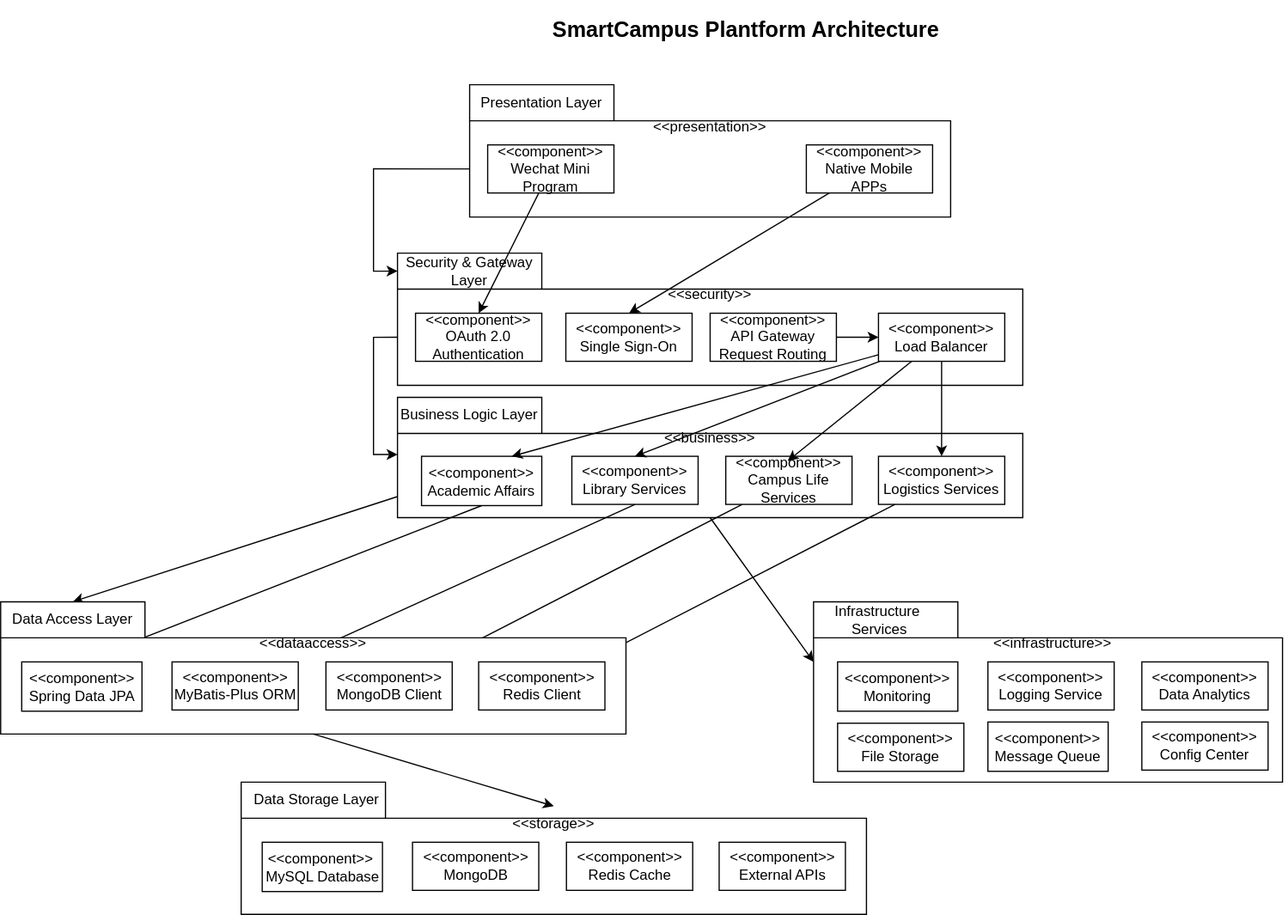
Before: Assignment2/diagrams/architecture_uml.svg, a diagram exported from draw.io (qianlinnian/se_sad_project). Source tidied: cells renumbered, new cells last; positions are measured from the earlier drawing's top-left corner, leaving out a move shared by most shapes.
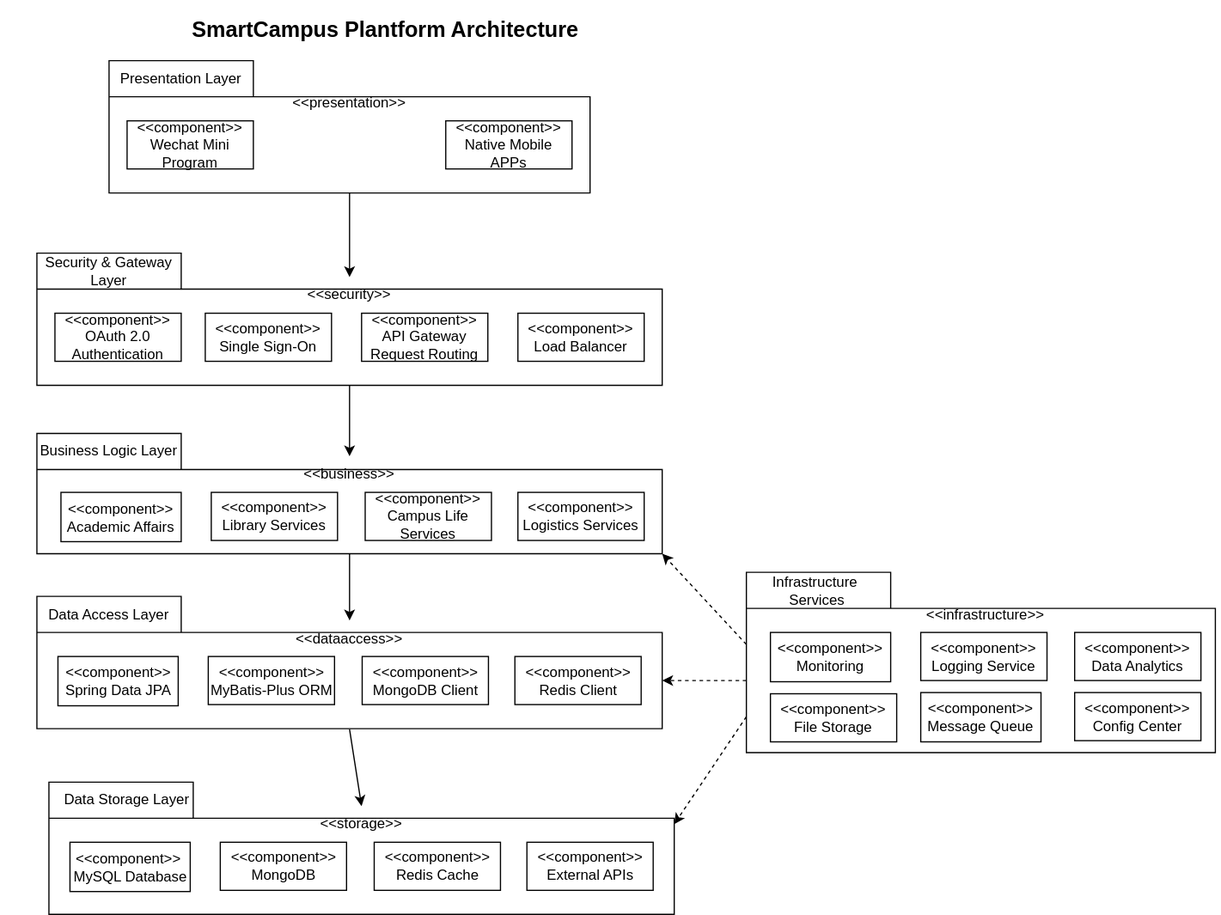
After the commit.

What changed in the source:
```diff
@@ -3,13 +3,13 @@
     <mxCell id="0" />
     <mxCell id="1" parent="0" />
     <mxCell id="2" style="shape=folder;fontStyle=1;spacingTop=10;tabWidth=120;tabHeight=30;tabPosition=left;html=1;whiteSpace=wrap;" parent="1" vertex="1">
-      <mxGeometry x="330" y="330" width="520" height="100" as="geometry" />
+      <mxGeometry x="330" y="360" width="520" height="100" as="geometry" />
     </mxCell>
     <mxCell id="3" value="&lt;font style=&quot;font-size: 18px;&quot;&gt;&lt;b&gt;SmartCampus Plantform Architecture&lt;/b&gt;&lt;/font&gt;" style="text;html=1;whiteSpace=wrap;strokeColor=none;fillColor=none;align=center;verticalAlign=middle;rounded=0;" parent="1" vertex="1">
       <mxGeometry x="440" width="360" height="50" as="geometry" />
     </mxCell>
     <mxCell id="4" style="group;" parent="1" vertex="1">
-      <mxGeometry x="390" y="70" width="400" height="110" as="geometry" />
+      <mxGeometry x="390" y="50" width="400" height="110" as="geometry" />
     </mxCell>
     <mxCell id="5" style="shape=folder;fontStyle=1;spacingTop=10;tabWidth=120;tabHeight=30;tabPosition=left;html=1;whiteSpace=wrap;" parent="4" vertex="1">
       <mxGeometry width="400" height="110" as="geometry" />
@@ -44,17 +44,14 @@
     <mxCell id="15" value="&amp;lt;&amp;lt;component&amp;gt;&amp;gt;&lt;div&gt;Single Sign-On&lt;/div&gt;" style="rounded=0;whiteSpace=wrap;html=1;" parent="10" vertex="1">
       <mxGeometry x="140" y="50" width="105" height="40" as="geometry" />
     </mxCell>
-    <mxCell id="16" style="edgeStyle=orthogonalEdgeStyle;rounded=0;jettySize=auto;html=1;exitX=1;exitY=0.5;exitDx=0;exitDy=0;entryX=0;entryY=0.5;entryDx=0;entryDy=0;" parent="10" edge="1" source="17" target="18">
-      <mxGeometry relative="1" as="geometry" />
-    </mxCell>
     <mxCell id="17" value="&amp;lt;&amp;lt;component&amp;gt;&amp;gt;&lt;div&gt;API Gateway Request Routing&lt;/div&gt;" style="rounded=0;whiteSpace=wrap;html=1;" parent="10" vertex="1">
-      <mxGeometry x="260" y="50" width="105" height="40" as="geometry" />
+      <mxGeometry x="270" y="50" width="105" height="40" as="geometry" />
     </mxCell>
     <mxCell id="18" value="&amp;lt;&amp;lt;component&amp;gt;&amp;gt; Load Balancer" style="rounded=0;whiteSpace=wrap;html=1;" parent="10" vertex="1">
       <mxGeometry x="400" y="50" width="105" height="40" as="geometry" />
     </mxCell>
     <mxCell id="19" style="group;" parent="1" vertex="1">
-      <mxGeometry x="330" y="330" width="600" height="110" as="geometry" />
+      <mxGeometry x="330" y="360" width="600" height="110" as="geometry" />
     </mxCell>
     <mxCell id="20" value="Business Logic Layer" style="text;html=1;whiteSpace=wrap;strokeColor=none;fillColor=none;align=center;verticalAlign=middle;rounded=0;" parent="19" vertex="1">
       <mxGeometry x="-30" width="180" height="30" as="geometry" />
@@ -66,13 +63,13 @@
       <mxGeometry x="400" y="49" width="105" height="40" as="geometry" />
     </mxCell>
     <mxCell id="23" style="group;" parent="1" vertex="1">
-      <mxGeometry x="200" y="650" width="520" height="110" as="geometry" />
+      <mxGeometry x="340" y="650" width="520" height="110" as="geometry" />
     </mxCell>
     <mxCell id="24" style="shape=folder;fontStyle=1;spacingTop=10;tabWidth=120;tabHeight=30;tabPosition=left;html=1;whiteSpace=wrap;" parent="23" vertex="1">
       <mxGeometry width="520" height="110" as="geometry" />
     </mxCell>
     <mxCell id="25" value="Data Storage Layer" style="text;html=1;whiteSpace=wrap;strokeColor=none;fillColor=none;align=center;verticalAlign=middle;rounded=0;" parent="23" vertex="1">
-      <mxGeometry x="-30" width="186" height="30" as="geometry" />
+      <mxGeometry x="10" width="110" height="30" as="geometry" />
     </mxCell>
     <mxCell id="26" value="&amp;lt;&amp;lt;storage&amp;gt;&amp;gt;" style="text;html=1;whiteSpace=wrap;strokeColor=none;fillColor=none;align=center;verticalAlign=middle;rounded=0;" parent="23" vertex="1">
       <mxGeometry y="20" width="520" height="30" as="geometry" />
@@ -89,59 +86,26 @@
     <mxCell id="30" value="&amp;lt;&amp;lt;component&amp;gt;&amp;gt;&amp;nbsp; MySQL Database" style="rounded=0;whiteSpace=wrap;html=1;" parent="23" vertex="1">
       <mxGeometry x="17.5" y="50" width="100" height="41" as="geometry" />
     </mxCell>
-    <mxCell id="31" style="rounded=0;jettySize=auto;html=1;" parent="1" edge="1" source="32" target="53">
-      <mxGeometry relative="1" as="geometry" />
-    </mxCell>
     <mxCell id="32" value="&amp;lt;&amp;lt;component&amp;gt;&amp;gt; Campus Life Services" style="rounded=0;whiteSpace=wrap;html=1;" parent="1" vertex="1">
-      <mxGeometry x="603" y="379" width="105" height="40" as="geometry" />
+      <mxGeometry x="603" y="409" width="105" height="40" as="geometry" />
     </mxCell>
-    <mxCell id="33" style="rounded=0;jettySize=auto;html=1;exitX=0.5;exitY=1;exitDx=0;exitDy=0;" parent="1" edge="1" source="34" target="54">
-      <mxGeometry relative="1" as="geometry" />
-    </mxCell>
     <mxCell id="34" value="&amp;lt;&amp;lt;component&amp;gt;&amp;gt;&lt;div&gt;Library Services&lt;/div&gt;" style="rounded=0;whiteSpace=wrap;html=1;" parent="1" vertex="1">
-      <mxGeometry x="475" y="379" width="105" height="40" as="geometry" />
+      <mxGeometry x="475" y="409" width="105" height="40" as="geometry" />
     </mxCell>
-    <mxCell id="35" style="rounded=0;jettySize=auto;html=1;exitX=0.5;exitY=1;exitDx=0;exitDy=0;entryX=0.5;entryY=0;entryDx=0;entryDy=0;" parent="1" edge="1" source="36" target="55">
-      <mxGeometry relative="1" as="geometry" />
-    </mxCell>
     <mxCell id="36" value="&amp;lt;&amp;lt;component&amp;gt;&amp;gt; Academic Affairs" style="rounded=0;whiteSpace=wrap;html=1;" parent="1" vertex="1">
-      <mxGeometry x="350" y="379" width="100" height="41" as="geometry" />
+      <mxGeometry x="350" y="409" width="100" height="41" as="geometry" />
     </mxCell>
-    <mxCell id="37" style="rounded=0;jettySize=auto;html=1;entryX=0.5;entryY=0;entryDx=0;entryDy=0;" parent="1" edge="1" source="8" target="14">
-      <mxGeometry relative="1" as="geometry" />
-    </mxCell>
-    <mxCell id="38" style="rounded=0;jettySize=auto;html=1;entryX=0.5;entryY=0;entryDx=0;entryDy=0;" parent="1" edge="1" source="9" target="15">
-      <mxGeometry relative="1" as="geometry" />
-    </mxCell>
-    <mxCell id="39" style="edgeStyle=orthogonalEdgeStyle;rounded=0;jettySize=auto;html=1;exitX=0;exitY=0;exitDx=0;exitDy=70;entryX=0;entryY=0.5;entryDx=0;entryDy=0;exitPerimeter=0;" parent="1" edge="1" source="5" target="12">
+    <mxCell id="39" style="rounded=0;jettySize=auto;html=1;exitX=0.5;exitY=1;exitDx=0;exitDy=0;exitPerimeter=0;entryX=0.5;entryY=0;entryDx=0;entryDy=0;edgeStyle=orthogonalEdgeStyle;" parent="1" edge="1" source="5" target="13">
       <mxGeometry relative="1" as="geometry" />
     </mxCell>
-    <mxCell id="40" style="edgeStyle=orthogonalEdgeStyle;rounded=0;jettySize=auto;html=1;entryX=0;entryY=0;entryDx=0;entryDy=47.5;entryPerimeter=0;exitX=0;exitY=0;exitDx=0;exitDy=70;exitPerimeter=0;" parent="1" edge="1" source="11" target="2">
+    <mxCell id="40" style="edgeStyle=orthogonalEdgeStyle;rounded=0;jettySize=auto;html=1;entryX=0.5;entryY=0;entryDx=0;entryDy=0;exitX=0.5;exitY=1;exitDx=0;exitDy=0;exitPerimeter=0;" parent="1" edge="1" source="11" target="21">
       <mxGeometry relative="1" as="geometry" />
     </mxCell>
-    <mxCell id="41" style="rounded=0;jettySize=auto;html=1;entryX=0.5;entryY=0;entryDx=0;entryDy=0;exitX=0;exitY=0;exitDx=0;exitDy=82.5;exitPerimeter=0;" parent="1" edge="1" source="2" target="50">
+    <mxCell id="41" style="rounded=0;jettySize=auto;html=1;entryX=0.5;entryY=0;entryDx=0;entryDy=0;exitX=0.5;exitY=1;exitDx=0;exitDy=0;exitPerimeter=0;edgeStyle=orthogonalEdgeStyle;" parent="1" edge="1" source="2" target="51">
       <mxGeometry relative="1" as="geometry" />
     </mxCell>
-    <mxCell id="42" style="rounded=0;jettySize=auto;html=1;entryX=0;entryY=0;entryDx=0;entryDy=50;entryPerimeter=0;exitX=0.5;exitY=1;exitDx=0;exitDy=0;exitPerimeter=0;" parent="1" edge="1" source="2" target="57">
-      <mxGeometry relative="1" as="geometry" />
-    </mxCell>
-    <mxCell id="43" style="rounded=0;jettySize=auto;html=1;" parent="1" edge="1" source="22" target="52">
-      <mxGeometry relative="1" as="geometry" />
-    </mxCell>
-    <mxCell id="44" style="rounded=0;jettySize=auto;html=1;entryX=0.75;entryY=0;entryDx=0;entryDy=0;" parent="1" edge="1" source="18" target="36">
-      <mxGeometry relative="1" as="geometry" />
-    </mxCell>
-    <mxCell id="45" style="rounded=0;jettySize=auto;html=1;entryX=0.5;entryY=0;entryDx=0;entryDy=0;" parent="1" edge="1" source="18" target="34">
-      <mxGeometry relative="1" as="geometry" />
-    </mxCell>
-    <mxCell id="46" style="rounded=0;jettySize=auto;html=1;entryX=0.624;entryY=1.131;entryDx=0;entryDy=0;entryPerimeter=0;" parent="1" edge="1" source="18" target="21">
-      <mxGeometry relative="1" as="geometry" />
-    </mxCell>
-    <mxCell id="47" style="rounded=0;jettySize=auto;html=1;" parent="1" edge="1" source="18" target="22">
-      <mxGeometry relative="1" as="geometry" />
-    </mxCell>
     <mxCell id="48" style="group;" parent="1" vertex="1">
-      <mxGeometry y="500" width="520" height="110" as="geometry" />
+      <mxGeometry x="330" y="495.5" width="520" height="110" as="geometry" />
     </mxCell>
     <mxCell id="49" style="shape=folder;fontStyle=1;spacingTop=10;tabWidth=120;tabHeight=30;tabPosition=left;html=1;whiteSpace=wrap;" parent="48" vertex="1">
       <mxGeometry width="520" height="110" as="geometry" />
@@ -164,35 +128,51 @@
     <mxCell id="55" value="&amp;lt;&amp;lt;component&amp;gt;&amp;gt; Spring Data JPA" style="rounded=0;whiteSpace=wrap;html=1;" parent="48" vertex="1">
       <mxGeometry x="17.5" y="50" width="100" height="41" as="geometry" />
     </mxCell>
-    <mxCell id="56" style="rounded=0;jettySize=auto;html=1;exitX=0.5;exitY=1;exitDx=0;exitDy=0;exitPerimeter=0;entryX=0.5;entryY=0;entryDx=0;entryDy=0;" parent="1" edge="1" source="49" target="26">
-      <mxGeometry relative="1" as="geometry" />
+    <mxCell id="56" style="rounded=0;jettySize=auto;html=1;entryX=0.5;entryY=0;entryDx=0;entryDy=0;" parent="1" edge="1" target="26">
+      <mxGeometry relative="1" as="geometry">
+        <mxPoint x="590" y="606" as="sourcePoint" />
+      </mxGeometry>
     </mxCell>
+    <mxCell id="66" style="edgeStyle=none;html=1;exitX=0;exitY=0;exitDx=0;exitDy=90;exitPerimeter=0;strokeColor=none;dashed=1;" parent="1" edge="1" source="57">
+      <mxGeometry relative="1" as="geometry">
+        <mxPoint x="850" y="565" as="targetPoint" />
+      </mxGeometry>
+    </mxCell>
+    <mxCell id="67" style="edgeStyle=none;html=1;exitX=0;exitY=0;exitDx=0;exitDy=120;exitPerimeter=0;entryX=1;entryY=0.5;entryDx=0;entryDy=0;dashed=1;" parent="1" edge="1" source="57" target="26">
+      <mxGeometry relative="1" as="geometry" />
+    </mxCell>
     <mxCell id="57" style="shape=folder;fontStyle=1;spacingTop=10;tabWidth=120;tabHeight=30;tabPosition=left;html=1;whiteSpace=wrap;" parent="1" vertex="1">
-      <mxGeometry x="676" y="500" width="390" height="150" as="geometry" />
+      <mxGeometry x="920" y="475.5" width="390" height="150" as="geometry" />
     </mxCell>
     <mxCell id="58" value="Infrastructure&amp;nbsp;&lt;div&gt;Services&lt;/div&gt;" style="text;html=1;whiteSpace=wrap;strokeColor=none;fillColor=none;align=center;verticalAlign=middle;rounded=0;" parent="1" vertex="1">
-      <mxGeometry x="596" y="500" width="270" height="30" as="geometry" />
+      <mxGeometry x="924" y="475.5" width="110" height="30" as="geometry" />
     </mxCell>
     <mxCell id="59" value="&amp;lt;&amp;lt;infrastructure&amp;gt;&amp;gt;" style="text;html=1;whiteSpace=wrap;strokeColor=none;fillColor=none;align=center;verticalAlign=middle;rounded=0;" parent="1" vertex="1">
-      <mxGeometry x="680" y="520" width="390" height="30" as="geometry" />
+      <mxGeometry x="924" y="495.5" width="390" height="30" as="geometry" />
     </mxCell>
     <mxCell id="60" value="&amp;lt;&amp;lt;component&amp;gt;&amp;gt;&lt;br&gt;File Storage" style="rounded=0;whiteSpace=wrap;html=1;" parent="1" vertex="1">
-      <mxGeometry x="696" y="601" width="105" height="40" as="geometry" />
+      <mxGeometry x="940" y="576.5" width="105" height="40" as="geometry" />
     </mxCell>
     <mxCell id="61" value="&amp;lt;&amp;lt;component&amp;gt;&amp;gt; Data Analytics" style="rounded=0;whiteSpace=wrap;html=1;" parent="1" vertex="1">
-      <mxGeometry x="949" y="550" width="105" height="40" as="geometry" />
+      <mxGeometry x="1193" y="525.5" width="105" height="40" as="geometry" />
     </mxCell>
     <mxCell id="62" value="&amp;lt;&amp;lt;component&amp;gt;&amp;gt;&lt;div&gt;Logging Service&lt;/div&gt;" style="rounded=0;whiteSpace=wrap;html=1;" parent="1" vertex="1">
-      <mxGeometry x="821" y="550" width="105" height="40" as="geometry" />
+      <mxGeometry x="1065" y="525.5" width="105" height="40" as="geometry" />
     </mxCell>
     <mxCell id="63" value="&amp;lt;&amp;lt;component&amp;gt;&amp;gt; Monitoring" style="rounded=0;whiteSpace=wrap;html=1;" parent="1" vertex="1">
-      <mxGeometry x="696" y="550" width="100" height="41" as="geometry" />
+      <mxGeometry x="940" y="525.5" width="100" height="41" as="geometry" />
     </mxCell>
     <mxCell id="64" value="&amp;lt;&amp;lt;component&amp;gt;&amp;gt; Config Center" style="rounded=0;whiteSpace=wrap;html=1;" parent="1" vertex="1">
-      <mxGeometry x="949" y="600" width="105" height="40" as="geometry" />
+      <mxGeometry x="1193" y="575.5" width="105" height="40" as="geometry" />
     </mxCell>
     <mxCell id="65" value="&amp;lt;&amp;lt;component&amp;gt;&amp;gt; Message Queue" style="rounded=0;whiteSpace=wrap;html=1;" parent="1" vertex="1">
-      <mxGeometry x="821" y="600" width="100" height="41" as="geometry" />
+      <mxGeometry x="1065" y="575.5" width="100" height="41" as="geometry" />
     </mxCell>
+    <mxCell id="68" style="edgeStyle=none;html=1;exitX=0;exitY=0;exitDx=0;exitDy=60;exitPerimeter=0;entryX=0;entryY=0;entryDx=520;entryDy=100;entryPerimeter=0;dashed=1;" parent="1" edge="1" source="57" target="2">
+      <mxGeometry relative="1" as="geometry" />
+    </mxCell>
+    <mxCell id="69" style="edgeStyle=none;html=1;exitX=0;exitY=0;exitDx=0;exitDy=90;exitPerimeter=0;entryX=0;entryY=0;entryDx=520;entryDy=70;entryPerimeter=0;dashed=1;" parent="1" edge="1" source="57" target="49">
+      <mxGeometry relative="1" as="geometry" />
+    </mxCell>
   </root>
 </mxGraphModel>
```
